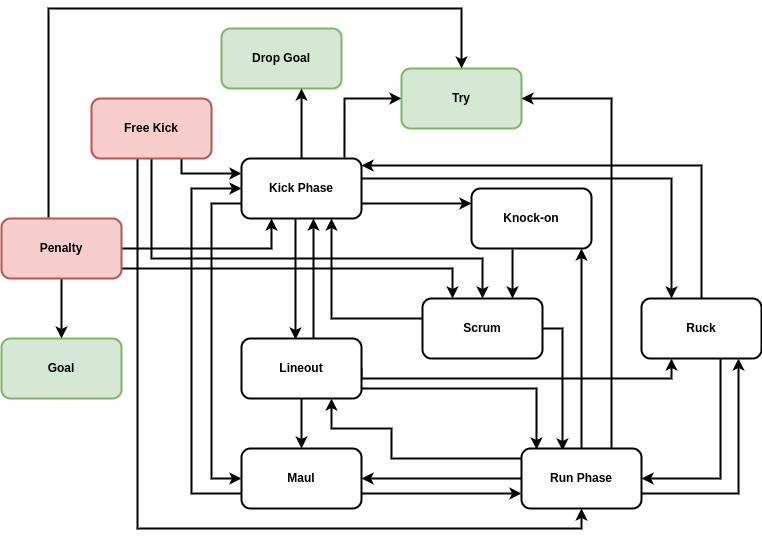
umbralcalc/worlds-of-observation keeps this draw.io diagram as images/trywizard-event-graph.drawio.png. Above is the earlier version. Source tidied: cells renumbered, new cells last; positions are measured from the earlier drawing's top-left corner, leaving out a move shared by most shapes. The source it was exported from:
```xml
<mxGraphModel>
  <root>
    <mxCell id="0" />
    <mxCell id="1" parent="0" />
    <mxCell id="2" value="&lt;b&gt;Drop Goal&lt;/b&gt;" style="rounded=1;whiteSpace=wrap;html=1;fillColor=#d5e8d4;strokeColor=#82b366;strokeWidth=2;" parent="1" vertex="1">
      <mxGeometry x="220" y="20" width="120" height="60" as="geometry" />
    </mxCell>
    <mxCell id="3" style="edgeStyle=orthogonalEdgeStyle;rounded=0;jettySize=auto;html=1;strokeWidth=2;exitX=1;exitY=0.75;exitDx=0;exitDy=0;entryX=0;entryY=0.25;entryDx=0;entryDy=0;" parent="1" edge="1" source="9" target="11">
      <mxGeometry relative="1" as="geometry">
        <Array as="points">
          <mxPoint x="420" y="195" />
          <mxPoint x="420" y="195" />
        </Array>
      </mxGeometry>
    </mxCell>
    <mxCell id="4" style="edgeStyle=orthogonalEdgeStyle;rounded=0;jettySize=auto;html=1;entryX=0;entryY=0.5;entryDx=0;entryDy=0;exitX=0;exitY=0.75;exitDx=0;exitDy=0;strokeWidth=2;" parent="1" edge="1" source="9" target="29">
      <mxGeometry relative="1" as="geometry">
        <Array as="points">
          <mxPoint x="210" y="195" />
          <mxPoint x="210" y="470" />
        </Array>
      </mxGeometry>
    </mxCell>
    <mxCell id="5" style="edgeStyle=orthogonalEdgeStyle;rounded=0;jettySize=auto;html=1;entryX=0.45;entryY=0.017;entryDx=0;entryDy=0;entryPerimeter=0;strokeWidth=2;" parent="1" edge="1" target="26">
      <mxGeometry relative="1" as="geometry">
        <mxPoint x="294" y="210" as="sourcePoint" />
      </mxGeometry>
    </mxCell>
    <mxCell id="6" style="edgeStyle=orthogonalEdgeStyle;rounded=0;jettySize=auto;html=1;entryX=0;entryY=0.5;entryDx=0;entryDy=0;exitX=0.858;exitY=-0.017;exitDx=0;exitDy=0;exitPerimeter=0;strokeWidth=2;" parent="1" edge="1" source="9" target="15">
      <mxGeometry relative="1" as="geometry" />
    </mxCell>
    <mxCell id="7" style="edgeStyle=orthogonalEdgeStyle;rounded=0;jettySize=auto;html=1;entryX=0.667;entryY=1;entryDx=0;entryDy=0;entryPerimeter=0;strokeWidth=2;" parent="1" edge="1" source="9" target="2">
      <mxGeometry relative="1" as="geometry" />
    </mxCell>
    <mxCell id="8" style="edgeStyle=orthogonalEdgeStyle;rounded=0;jettySize=auto;html=1;entryX=0.25;entryY=0;entryDx=0;entryDy=0;exitX=1;exitY=0.367;exitDx=0;exitDy=0;exitPerimeter=0;strokeWidth=2;" parent="1" edge="1" source="9" target="38">
      <mxGeometry relative="1" as="geometry">
        <Array as="points">
          <mxPoint x="360" y="170" />
          <mxPoint x="670" y="170" />
        </Array>
      </mxGeometry>
    </mxCell>
    <mxCell id="9" value="&lt;b&gt;Kick Phase&lt;/b&gt;" style="rounded=1;whiteSpace=wrap;html=1;strokeWidth=2;" parent="1" vertex="1">
      <mxGeometry x="240" y="150" width="120" height="60" as="geometry" />
    </mxCell>
    <mxCell id="10" style="edgeStyle=orthogonalEdgeStyle;rounded=0;jettySize=auto;html=1;entryX=0.75;entryY=0;entryDx=0;entryDy=0;exitX=0.342;exitY=1.017;exitDx=0;exitDy=0;exitPerimeter=0;strokeWidth=2;" parent="1" edge="1" source="11" target="14">
      <mxGeometry relative="1" as="geometry" />
    </mxCell>
    <mxCell id="11" value="&lt;b&gt;Knock-on&lt;/b&gt;" style="rounded=1;whiteSpace=wrap;html=1;strokeWidth=2;" parent="1" vertex="1">
      <mxGeometry x="470" y="180" width="120" height="60" as="geometry" />
    </mxCell>
    <mxCell id="12" style="edgeStyle=orthogonalEdgeStyle;rounded=0;jettySize=auto;html=1;entryX=0.75;entryY=1;entryDx=0;entryDy=0;strokeWidth=2;" parent="1" edge="1" source="14" target="9">
      <mxGeometry relative="1" as="geometry">
        <Array as="points">
          <mxPoint x="330" y="310" />
        </Array>
      </mxGeometry>
    </mxCell>
    <mxCell id="13" style="edgeStyle=orthogonalEdgeStyle;rounded=0;jettySize=auto;html=1;entryX=0.342;entryY=0.033;entryDx=0;entryDy=0;entryPerimeter=0;exitX=1;exitY=0.5;exitDx=0;exitDy=0;strokeWidth=2;" parent="1" edge="1" source="14" target="35">
      <mxGeometry relative="1" as="geometry" />
    </mxCell>
    <mxCell id="14" value="&lt;b&gt;Scrum&lt;/b&gt;" style="rounded=1;whiteSpace=wrap;html=1;strokeWidth=2;" parent="1" vertex="1">
      <mxGeometry x="421" y="290" width="120" height="60" as="geometry" />
    </mxCell>
    <mxCell id="15" value="&lt;b&gt;Try&lt;/b&gt;" style="rounded=1;whiteSpace=wrap;html=1;strokeWidth=2;fillColor=#d5e8d4;strokeColor=#82b366;" parent="1" vertex="1">
      <mxGeometry x="400" y="60" width="120" height="60" as="geometry" />
    </mxCell>
    <mxCell id="16" value="&lt;b&gt;Goal&lt;/b&gt;" style="rounded=1;whiteSpace=wrap;html=1;strokeWidth=2;fillColor=#d5e8d4;strokeColor=#82b366;" parent="1" vertex="1">
      <mxGeometry y="330" width="120" height="60" as="geometry" />
    </mxCell>
    <mxCell id="17" style="edgeStyle=orthogonalEdgeStyle;rounded=0;jettySize=auto;html=1;entryX=0.25;entryY=0;entryDx=0;entryDy=0;strokeWidth=2;" parent="1" edge="1" source="21" target="14">
      <mxGeometry relative="1" as="geometry">
        <Array as="points">
          <mxPoint x="451" y="260" />
        </Array>
      </mxGeometry>
    </mxCell>
    <mxCell id="18" style="edgeStyle=orthogonalEdgeStyle;rounded=0;jettySize=auto;html=1;entryX=0.25;entryY=1;entryDx=0;entryDy=0;strokeWidth=2;" parent="1" edge="1" source="21" target="9">
      <mxGeometry relative="1" as="geometry" />
    </mxCell>
    <mxCell id="19" style="edgeStyle=orthogonalEdgeStyle;rounded=0;jettySize=auto;html=1;entryX=0.5;entryY=0;entryDx=0;entryDy=0;exitX=0.392;exitY=-0.017;exitDx=0;exitDy=0;exitPerimeter=0;strokeWidth=2;" parent="1" edge="1" source="21" target="15">
      <mxGeometry relative="1" as="geometry">
        <Array as="points">
          <mxPoint x="47" />
          <mxPoint x="460" />
        </Array>
      </mxGeometry>
    </mxCell>
    <mxCell id="20" style="edgeStyle=orthogonalEdgeStyle;rounded=0;jettySize=auto;html=1;entryX=0.5;entryY=0;entryDx=0;entryDy=0;strokeWidth=2;" parent="1" edge="1" source="21" target="16">
      <mxGeometry relative="1" as="geometry" />
    </mxCell>
    <mxCell id="21" value="&lt;b&gt;Penalty&lt;/b&gt;" style="rounded=1;whiteSpace=wrap;html=1;strokeWidth=2;fillColor=#f8cecc;strokeColor=#b85450;" parent="1" vertex="1">
      <mxGeometry y="210" width="120" height="60" as="geometry" />
    </mxCell>
    <mxCell id="22" style="edgeStyle=orthogonalEdgeStyle;rounded=0;jettySize=auto;html=1;exitX=1;exitY=0.5;exitDx=0;exitDy=0;entryX=0.25;entryY=1;entryDx=0;entryDy=0;strokeWidth=2;" parent="1" edge="1" source="26" target="38">
      <mxGeometry relative="1" as="geometry">
        <Array as="points">
          <mxPoint x="360" y="370" />
          <mxPoint x="670" y="370" />
        </Array>
      </mxGeometry>
    </mxCell>
    <mxCell id="23" style="edgeStyle=orthogonalEdgeStyle;rounded=0;jettySize=auto;html=1;entryX=0.125;entryY=0.017;entryDx=0;entryDy=0;entryPerimeter=0;strokeWidth=2;" parent="1" edge="1" source="26" target="35">
      <mxGeometry relative="1" as="geometry">
        <Array as="points">
          <mxPoint x="535" y="380" />
        </Array>
      </mxGeometry>
    </mxCell>
    <mxCell id="24" style="edgeStyle=orthogonalEdgeStyle;rounded=0;jettySize=auto;html=1;exitX=0.5;exitY=1;exitDx=0;exitDy=0;entryX=0.5;entryY=0;entryDx=0;entryDy=0;strokeWidth=2;" parent="1" edge="1" source="26" target="29">
      <mxGeometry relative="1" as="geometry" />
    </mxCell>
    <mxCell id="25" style="edgeStyle=orthogonalEdgeStyle;rounded=0;jettySize=auto;html=1;exitX=0.6;exitY=0;exitDx=0;exitDy=0;exitPerimeter=0;strokeWidth=2;" parent="1" edge="1" source="26">
      <mxGeometry relative="1" as="geometry">
        <mxPoint x="312" y="210" as="targetPoint" />
      </mxGeometry>
    </mxCell>
    <mxCell id="26" value="&lt;b&gt;Lineout&lt;/b&gt;" style="rounded=1;whiteSpace=wrap;html=1;strokeWidth=2;" parent="1" vertex="1">
      <mxGeometry x="240" y="330" width="120" height="60" as="geometry" />
    </mxCell>
    <mxCell id="27" style="edgeStyle=orthogonalEdgeStyle;rounded=0;jettySize=auto;html=1;entryX=0;entryY=0.75;entryDx=0;entryDy=0;strokeWidth=2;" parent="1" edge="1" source="29" target="35">
      <mxGeometry relative="1" as="geometry">
        <Array as="points">
          <mxPoint x="400" y="485" />
          <mxPoint x="400" y="485" />
        </Array>
      </mxGeometry>
    </mxCell>
    <mxCell id="28" style="edgeStyle=orthogonalEdgeStyle;rounded=0;jettySize=auto;html=1;entryX=0;entryY=0.5;entryDx=0;entryDy=0;exitX=0;exitY=0.75;exitDx=0;exitDy=0;strokeWidth=2;" parent="1" edge="1" source="29" target="9">
      <mxGeometry relative="1" as="geometry">
        <Array as="points">
          <mxPoint x="190" y="485" />
          <mxPoint x="190" y="180" />
        </Array>
      </mxGeometry>
    </mxCell>
    <mxCell id="29" value="&lt;b&gt;Maul&lt;/b&gt;" style="rounded=1;whiteSpace=wrap;html=1;strokeWidth=2;" parent="1" vertex="1">
      <mxGeometry x="240" y="440" width="120" height="60" as="geometry" />
    </mxCell>
    <mxCell id="30" style="edgeStyle=orthogonalEdgeStyle;rounded=0;jettySize=auto;html=1;strokeWidth=2;" parent="1" edge="1" source="35">
      <mxGeometry relative="1" as="geometry">
        <mxPoint x="580" y="240" as="targetPoint" />
      </mxGeometry>
    </mxCell>
    <mxCell id="31" style="edgeStyle=orthogonalEdgeStyle;rounded=0;jettySize=auto;html=1;entryX=0.75;entryY=1;entryDx=0;entryDy=0;strokeWidth=2;" parent="1" edge="1" source="35" target="26">
      <mxGeometry relative="1" as="geometry">
        <Array as="points">
          <mxPoint x="390" y="450" />
          <mxPoint x="390" y="420" />
          <mxPoint x="330" y="420" />
        </Array>
      </mxGeometry>
    </mxCell>
    <mxCell id="32" style="edgeStyle=orthogonalEdgeStyle;rounded=0;jettySize=auto;html=1;entryX=1;entryY=0.5;entryDx=0;entryDy=0;strokeWidth=2;" parent="1" edge="1" source="35" target="29">
      <mxGeometry relative="1" as="geometry" />
    </mxCell>
    <mxCell id="33" style="edgeStyle=orthogonalEdgeStyle;rounded=0;jettySize=auto;html=1;exitX=1;exitY=0.75;exitDx=0;exitDy=0;strokeWidth=2;" parent="1" edge="1" source="35">
      <mxGeometry relative="1" as="geometry">
        <mxPoint x="737" y="350" as="targetPoint" />
      </mxGeometry>
    </mxCell>
    <mxCell id="34" style="edgeStyle=orthogonalEdgeStyle;rounded=0;jettySize=auto;html=1;exitX=0.75;exitY=0;exitDx=0;exitDy=0;entryX=1;entryY=0.5;entryDx=0;entryDy=0;strokeWidth=2;" parent="1" edge="1" source="35" target="15">
      <mxGeometry relative="1" as="geometry" />
    </mxCell>
    <mxCell id="35" value="&lt;b&gt;Run Phase&lt;/b&gt;" style="rounded=1;whiteSpace=wrap;html=1;strokeWidth=2;" parent="1" vertex="1">
      <mxGeometry x="520" y="440" width="120" height="60" as="geometry" />
    </mxCell>
    <mxCell id="36" style="edgeStyle=orthogonalEdgeStyle;rounded=0;jettySize=auto;html=1;entryX=1;entryY=0.5;entryDx=0;entryDy=0;strokeWidth=2;exitX=0.658;exitY=0.983;exitDx=0;exitDy=0;exitPerimeter=0;" parent="1" edge="1" source="38" target="35">
      <mxGeometry relative="1" as="geometry" />
    </mxCell>
    <mxCell id="37" style="edgeStyle=orthogonalEdgeStyle;rounded=0;jettySize=auto;html=1;entryX=1;entryY=0.117;entryDx=0;entryDy=0;entryPerimeter=0;exitX=0.5;exitY=0;exitDx=0;exitDy=0;strokeWidth=2;" parent="1" edge="1" source="38" target="9">
      <mxGeometry relative="1" as="geometry" />
    </mxCell>
    <mxCell id="38" value="&lt;b&gt;Ruck&lt;/b&gt;" style="rounded=1;whiteSpace=wrap;html=1;strokeWidth=2;" parent="1" vertex="1">
      <mxGeometry x="640" y="290" width="120" height="60" as="geometry" />
    </mxCell>
    <mxCell id="39" style="edgeStyle=orthogonalEdgeStyle;rounded=0;jettySize=auto;html=1;exitX=0.5;exitY=1;exitDx=0;exitDy=0;entryX=0.5;entryY=0;entryDx=0;entryDy=0;strokeWidth=2;" parent="1" edge="1" source="42" target="14">
      <mxGeometry relative="1" as="geometry">
        <Array as="points">
          <mxPoint x="150" y="250" />
          <mxPoint x="481" y="250" />
        </Array>
      </mxGeometry>
    </mxCell>
    <mxCell id="40" style="edgeStyle=orthogonalEdgeStyle;rounded=0;jettySize=auto;html=1;entryX=0.5;entryY=1;entryDx=0;entryDy=0;exitX=0.383;exitY=1;exitDx=0;exitDy=0;exitPerimeter=0;strokeWidth=2;" parent="1" edge="1" source="42" target="35">
      <mxGeometry relative="1" as="geometry" />
    </mxCell>
    <mxCell id="41" style="edgeStyle=orthogonalEdgeStyle;rounded=0;jettySize=auto;html=1;exitX=0.75;exitY=1;exitDx=0;exitDy=0;entryX=0;entryY=0.25;entryDx=0;entryDy=0;strokeWidth=2;" parent="1" edge="1" source="42" target="9">
      <mxGeometry relative="1" as="geometry">
        <Array as="points">
          <mxPoint x="180" y="165" />
        </Array>
      </mxGeometry>
    </mxCell>
    <mxCell id="42" value="&lt;b&gt;Free Kick&lt;/b&gt;" style="rounded=1;whiteSpace=wrap;html=1;strokeWidth=2;fillColor=#f8cecc;strokeColor=#b85450;" parent="1" vertex="1">
      <mxGeometry x="90" y="90" width="120" height="60" as="geometry" />
    </mxCell>
  </root>
</mxGraphModel>
```
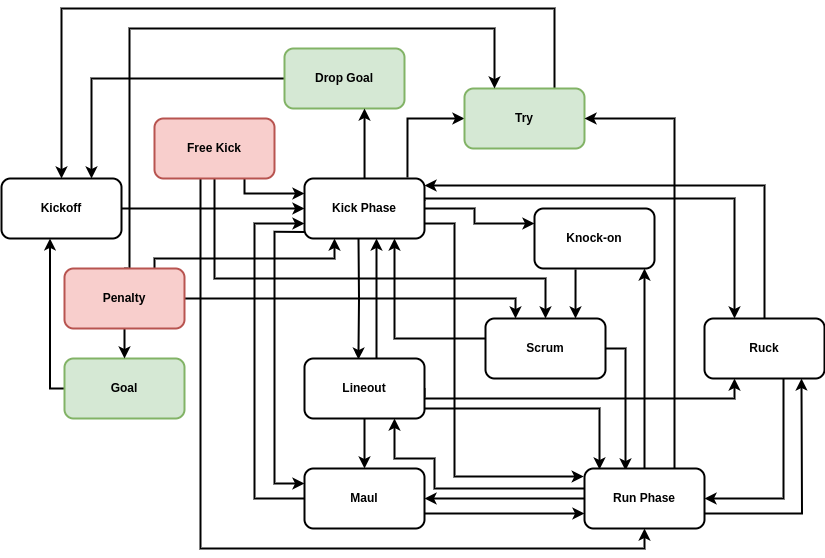
Above is the later version.

Commit message:
added Kickoff event to rugby chapter

Diff of the diagram source:
```diff
@@ -2,22 +2,29 @@
   <root>
     <mxCell id="0" />
     <mxCell id="1" parent="0" />
+    <mxCell id="43" style="edgeStyle=orthogonalEdgeStyle;rounded=0;jettySize=auto;html=1;exitX=0;exitY=0.5;exitDx=0;exitDy=0;entryX=0.75;entryY=0;entryDx=0;entryDy=0;strokeWidth=2;" parent="1" edge="1" source="2" target="48">
+      <mxGeometry relative="1" as="geometry">
+        <Array as="points">
+          <mxPoint x="27" y="50" />
+        </Array>
+      </mxGeometry>
+    </mxCell>
     <mxCell id="2" value="&lt;b&gt;Drop Goal&lt;/b&gt;" style="rounded=1;whiteSpace=wrap;html=1;fillColor=#d5e8d4;strokeColor=#82b366;strokeWidth=2;" parent="1" vertex="1">
       <mxGeometry x="220" y="20" width="120" height="60" as="geometry" />
     </mxCell>
-    <mxCell id="3" style="edgeStyle=orthogonalEdgeStyle;rounded=0;jettySize=auto;html=1;strokeWidth=2;exitX=1;exitY=0.75;exitDx=0;exitDy=0;entryX=0;entryY=0.25;entryDx=0;entryDy=0;" parent="1" edge="1" source="9" target="11">
+    <mxCell id="3" style="edgeStyle=orthogonalEdgeStyle;rounded=0;jettySize=auto;html=1;strokeWidth=2;exitX=1;exitY=0.5;exitDx=0;exitDy=0;entryX=0;entryY=0.25;entryDx=0;entryDy=0;" parent="1" edge="1" source="9" target="11">
       <mxGeometry relative="1" as="geometry">
         <Array as="points">
-          <mxPoint x="420" y="195" />
-          <mxPoint x="420" y="195" />
+          <mxPoint x="410" y="180" />
+          <mxPoint x="410" y="195" />
         </Array>
       </mxGeometry>
     </mxCell>
-    <mxCell id="4" style="edgeStyle=orthogonalEdgeStyle;rounded=0;jettySize=auto;html=1;entryX=0;entryY=0.5;entryDx=0;entryDy=0;exitX=0;exitY=0.75;exitDx=0;exitDy=0;strokeWidth=2;" parent="1" edge="1" source="9" target="29">
+    <mxCell id="4" style="edgeStyle=orthogonalEdgeStyle;rounded=0;jettySize=auto;html=1;entryX=0;entryY=0.25;entryDx=0;entryDy=0;exitX=0.002;exitY=0.89;exitDx=0;exitDy=0;strokeWidth=2;exitPerimeter=0;" parent="1" edge="1" source="9" target="29">
       <mxGeometry relative="1" as="geometry">
         <Array as="points">
-          <mxPoint x="210" y="195" />
-          <mxPoint x="210" y="470" />
+          <mxPoint x="210" y="203" />
+          <mxPoint x="210" y="455" />
         </Array>
       </mxGeometry>
     </mxCell>
@@ -40,6 +47,14 @@
         </Array>
       </mxGeometry>
     </mxCell>
+    <mxCell id="44" style="edgeStyle=orthogonalEdgeStyle;rounded=0;jettySize=auto;html=1;entryX=-0.006;entryY=0.133;entryDx=0;entryDy=0;exitX=1;exitY=0.75;exitDx=0;exitDy=0;strokeWidth=2;entryPerimeter=0;" parent="1" edge="1" source="9" target="35">
+      <mxGeometry relative="1" as="geometry">
+        <Array as="points">
+          <mxPoint x="390" y="195" />
+          <mxPoint x="390" y="448" />
+        </Array>
+      </mxGeometry>
+    </mxCell>
     <mxCell id="9" value="&lt;b&gt;Kick Phase&lt;/b&gt;" style="rounded=1;whiteSpace=wrap;html=1;strokeWidth=2;" parent="1" vertex="1">
       <mxGeometry x="240" y="150" width="120" height="60" as="geometry" />
     </mxCell>
@@ -62,27 +77,48 @@
     <mxCell id="14" value="&lt;b&gt;Scrum&lt;/b&gt;" style="rounded=1;whiteSpace=wrap;html=1;strokeWidth=2;" parent="1" vertex="1">
       <mxGeometry x="421" y="290" width="120" height="60" as="geometry" />
     </mxCell>
+    <mxCell id="45" style="edgeStyle=orthogonalEdgeStyle;rounded=0;jettySize=auto;html=1;entryX=0.5;entryY=0;entryDx=0;entryDy=0;exitX=0.75;exitY=0;exitDx=0;exitDy=0;strokeWidth=2;" parent="1" edge="1" source="15" target="48">
+      <mxGeometry relative="1" as="geometry">
+        <Array as="points">
+          <mxPoint x="490" y="-20" />
+          <mxPoint x="-3" y="-20" />
+        </Array>
+      </mxGeometry>
+    </mxCell>
     <mxCell id="15" value="&lt;b&gt;Try&lt;/b&gt;" style="rounded=1;whiteSpace=wrap;html=1;strokeWidth=2;fillColor=#d5e8d4;strokeColor=#82b366;" parent="1" vertex="1">
       <mxGeometry x="400" y="60" width="120" height="60" as="geometry" />
     </mxCell>
+    <mxCell id="46" style="edgeStyle=orthogonalEdgeStyle;rounded=0;jettySize=auto;html=1;strokeWidth=2;exitX=0;exitY=0.5;exitDx=0;exitDy=0;entryX=0.404;entryY=0.999;entryDx=0;entryDy=0;entryPerimeter=0;" parent="1" edge="1" source="16" target="48">
+      <mxGeometry relative="1" as="geometry">
+        <Array as="points">
+          <mxPoint x="-14" y="360" />
+        </Array>
+      </mxGeometry>
+    </mxCell>
     <mxCell id="16" value="&lt;b&gt;Goal&lt;/b&gt;" style="rounded=1;whiteSpace=wrap;html=1;strokeWidth=2;fillColor=#d5e8d4;strokeColor=#82b366;" parent="1" vertex="1">
       <mxGeometry y="330" width="120" height="60" as="geometry" />
     </mxCell>
-    <mxCell id="17" style="edgeStyle=orthogonalEdgeStyle;rounded=0;jettySize=auto;html=1;entryX=0.25;entryY=0;entryDx=0;entryDy=0;strokeWidth=2;" parent="1" edge="1" source="21" target="14">
+    <mxCell id="17" style="edgeStyle=orthogonalEdgeStyle;rounded=0;jettySize=auto;html=1;entryX=0.25;entryY=0;entryDx=0;entryDy=0;strokeWidth=2;exitX=1;exitY=0.5;exitDx=0;exitDy=0;" parent="1" edge="1" source="21" target="14">
       <mxGeometry relative="1" as="geometry">
         <Array as="points">
-          <mxPoint x="451" y="260" />
+          <mxPoint x="451" y="270" />
         </Array>
       </mxGeometry>
     </mxCell>
-    <mxCell id="18" style="edgeStyle=orthogonalEdgeStyle;rounded=0;jettySize=auto;html=1;entryX=0.25;entryY=1;entryDx=0;entryDy=0;strokeWidth=2;" parent="1" edge="1" source="21" target="9">
-      <mxGeometry relative="1" as="geometry" />
+    <mxCell id="18" style="edgeStyle=orthogonalEdgeStyle;rounded=0;jettySize=auto;html=1;entryX=0.25;entryY=1;entryDx=0;entryDy=0;strokeWidth=2;exitX=0.75;exitY=0;exitDx=0;exitDy=0;" parent="1" edge="1" source="21" target="9">
+      <mxGeometry relative="1" as="geometry">
+        <Array as="points">
+          <mxPoint x="90" y="230" />
+          <mxPoint x="270" y="230" />
+        </Array>
+      </mxGeometry>
     </mxCell>
-    <mxCell id="19" style="edgeStyle=orthogonalEdgeStyle;rounded=0;jettySize=auto;html=1;entryX=0.5;entryY=0;entryDx=0;entryDy=0;exitX=0.392;exitY=-0.017;exitDx=0;exitDy=0;exitPerimeter=0;strokeWidth=2;" parent="1" edge="1" source="21" target="15">
+    <mxCell id="19" style="edgeStyle=orthogonalEdgeStyle;rounded=0;jettySize=auto;html=1;entryX=0.25;entryY=0;entryDx=0;entryDy=0;exitX=0.5;exitY=0;exitDx=0;exitDy=0;strokeWidth=2;" parent="1" edge="1" source="21" target="15">
       <mxGeometry relative="1" as="geometry">
         <Array as="points">
-          <mxPoint x="47" />
-          <mxPoint x="460" />
+          <mxPoint x="65" y="240" />
+          <mxPoint x="65" />
+          <mxPoint x="430" />
         </Array>
       </mxGeometry>
     </mxCell>
@@ -90,7 +126,7 @@
       <mxGeometry relative="1" as="geometry" />
     </mxCell>
     <mxCell id="21" value="&lt;b&gt;Penalty&lt;/b&gt;" style="rounded=1;whiteSpace=wrap;html=1;strokeWidth=2;fillColor=#f8cecc;strokeColor=#b85450;" parent="1" vertex="1">
-      <mxGeometry y="210" width="120" height="60" as="geometry" />
+      <mxGeometry y="240" width="120" height="60" as="geometry" />
     </mxCell>
     <mxCell id="22" style="edgeStyle=orthogonalEdgeStyle;rounded=0;jettySize=auto;html=1;exitX=1;exitY=0.5;exitDx=0;exitDy=0;entryX=0.25;entryY=1;entryDx=0;entryDy=0;strokeWidth=2;" parent="1" edge="1" source="26" target="38">
       <mxGeometry relative="1" as="geometry">
@@ -126,11 +162,11 @@
         </Array>
       </mxGeometry>
     </mxCell>
-    <mxCell id="28" style="edgeStyle=orthogonalEdgeStyle;rounded=0;jettySize=auto;html=1;entryX=0;entryY=0.5;entryDx=0;entryDy=0;exitX=0;exitY=0.75;exitDx=0;exitDy=0;strokeWidth=2;" parent="1" edge="1" source="29" target="9">
+    <mxCell id="28" style="edgeStyle=orthogonalEdgeStyle;rounded=0;jettySize=auto;html=1;entryX=0;entryY=0.75;entryDx=0;entryDy=0;exitX=0;exitY=0.5;exitDx=0;exitDy=0;strokeWidth=2;" parent="1" edge="1" source="29" target="9">
       <mxGeometry relative="1" as="geometry">
         <Array as="points">
-          <mxPoint x="190" y="485" />
-          <mxPoint x="190" y="180" />
+          <mxPoint x="190" y="470" />
+          <mxPoint x="190" y="195" />
         </Array>
       </mxGeometry>
     </mxCell>
@@ -145,9 +181,9 @@
     <mxCell id="31" style="edgeStyle=orthogonalEdgeStyle;rounded=0;jettySize=auto;html=1;entryX=0.75;entryY=1;entryDx=0;entryDy=0;strokeWidth=2;" parent="1" edge="1" source="35" target="26">
       <mxGeometry relative="1" as="geometry">
         <Array as="points">
-          <mxPoint x="390" y="450" />
-          <mxPoint x="390" y="420" />
-          <mxPoint x="330" y="420" />
+          <mxPoint x="370" y="460" />
+          <mxPoint x="370" y="430" />
+          <mxPoint x="330" y="430" />
         </Array>
       </mxGeometry>
     </mxCell>
@@ -195,5 +231,16 @@
     <mxCell id="42" value="&lt;b&gt;Free Kick&lt;/b&gt;" style="rounded=1;whiteSpace=wrap;html=1;strokeWidth=2;fillColor=#f8cecc;strokeColor=#b85450;" parent="1" vertex="1">
       <mxGeometry x="90" y="90" width="120" height="60" as="geometry" />
     </mxCell>
+    <mxCell id="47" style="edgeStyle=orthogonalEdgeStyle;rounded=0;jettySize=auto;html=1;entryX=0;entryY=0.5;entryDx=0;entryDy=0;exitX=1;exitY=0.5;exitDx=0;exitDy=0;strokeWidth=2;" parent="1" edge="1" source="48" target="9">
+      <mxGeometry relative="1" as="geometry">
+        <Array as="points">
+          <mxPoint x="95" y="180" />
+          <mxPoint x="95" y="180" />
+        </Array>
+      </mxGeometry>
+    </mxCell>
+    <mxCell id="48" value="&lt;b&gt;Kickoff&lt;/b&gt;" style="rounded=1;whiteSpace=wrap;html=1;strokeWidth=2;" parent="1" vertex="1">
+      <mxGeometry x="-63" y="150" width="120" height="60" as="geometry" />
+    </mxCell>
   </root>
 </mxGraphModel>
```
